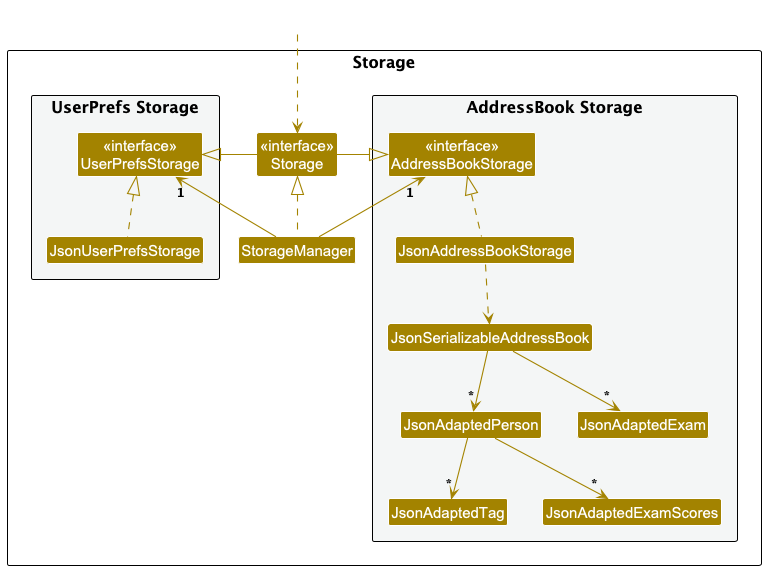
Before: docs/images/StorageClassDiagram.png, a diagram exported from PlantUML (yoyongxuan/tp). The source it was exported from:
```plantuml
@startuml
!include style.puml
skinparam arrowThickness 1.1
skinparam arrowColor STORAGE_COLOR
skinparam classBackgroundColor STORAGE_COLOR

package Storage as StoragePackage {

package "UserPrefs Storage" #F4F6F6{
Class "<<interface>>\nUserPrefsStorage" as UserPrefsStorage
Class JsonUserPrefsStorage
}

Class "<<interface>>\nStorage" as Storage
Class StorageManager

package "AddressBook Storage" #F4F6F6{
Class "<<interface>>\nAddressBookStorage" as AddressBookStorage
Class JsonAddressBookStorage
Class JsonSerializableAddressBook
Class JsonAdaptedPerson
Class JsonAdaptedTag
Class JsonAdaptedExam
Class JsonAdaptedExamScores
}

}

Class HiddenOutside #FFFFFF
HiddenOutside ..> Storage

StorageManager .up.|> Storage
StorageManager -up-> "1" UserPrefsStorage
StorageManager -up-> "1" AddressBookStorage

Storage -left-|> UserPrefsStorage
Storage -right-|> AddressBookStorage

JsonUserPrefsStorage .up.|> UserPrefsStorage
JsonAddressBookStorage .up.|> AddressBookStorage
JsonAddressBookStorage ..> JsonSerializableAddressBook
JsonSerializableAddressBook --> "*" JsonAdaptedPerson
JsonAdaptedPerson --> "*" JsonAdaptedTag
JsonAdaptedPerson --> "*" JsonAdaptedExamScores
JsonSerializableAddressBook --> "*" JsonAdaptedExam


@enduml
```
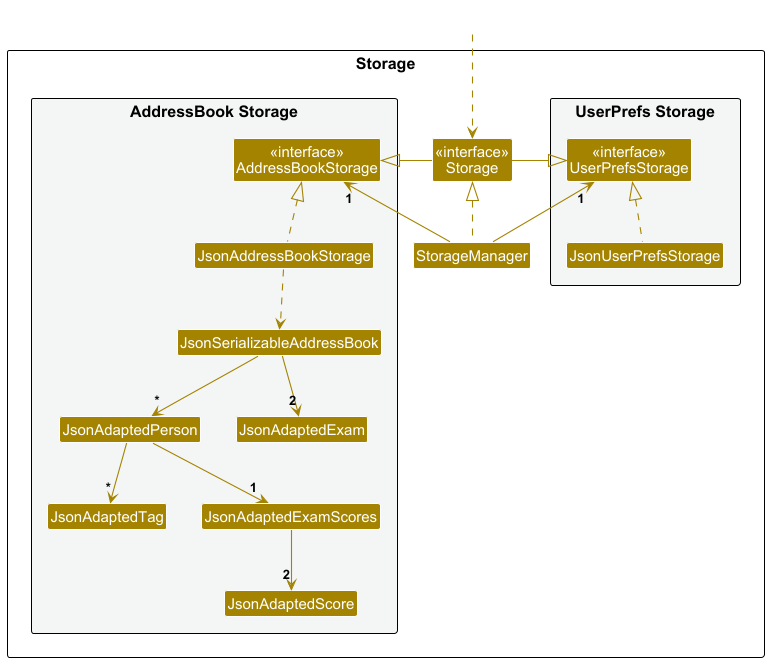
The same diagram one commit later.

Change to the diagram source:
```diff
@@ -22,6 +22,7 @@
 Class JsonAdaptedTag
 Class JsonAdaptedExam
 Class JsonAdaptedExamScores
+Class JsonAdaptedScore
 }
 
 }
@@ -41,8 +42,9 @@
 JsonAddressBookStorage ..> JsonSerializableAddressBook
 JsonSerializableAddressBook --> "*" JsonAdaptedPerson
 JsonAdaptedPerson --> "*" JsonAdaptedTag
-JsonAdaptedPerson --> "*" JsonAdaptedExamScores
-JsonSerializableAddressBook --> "*" JsonAdaptedExam
+JsonAdaptedPerson --> "1" JsonAdaptedExamScores
+JsonAdaptedExamScores --> "2" JsonAdaptedScore
+JsonSerializableAddressBook --> "2" JsonAdaptedExam
 
 
 @enduml
```
